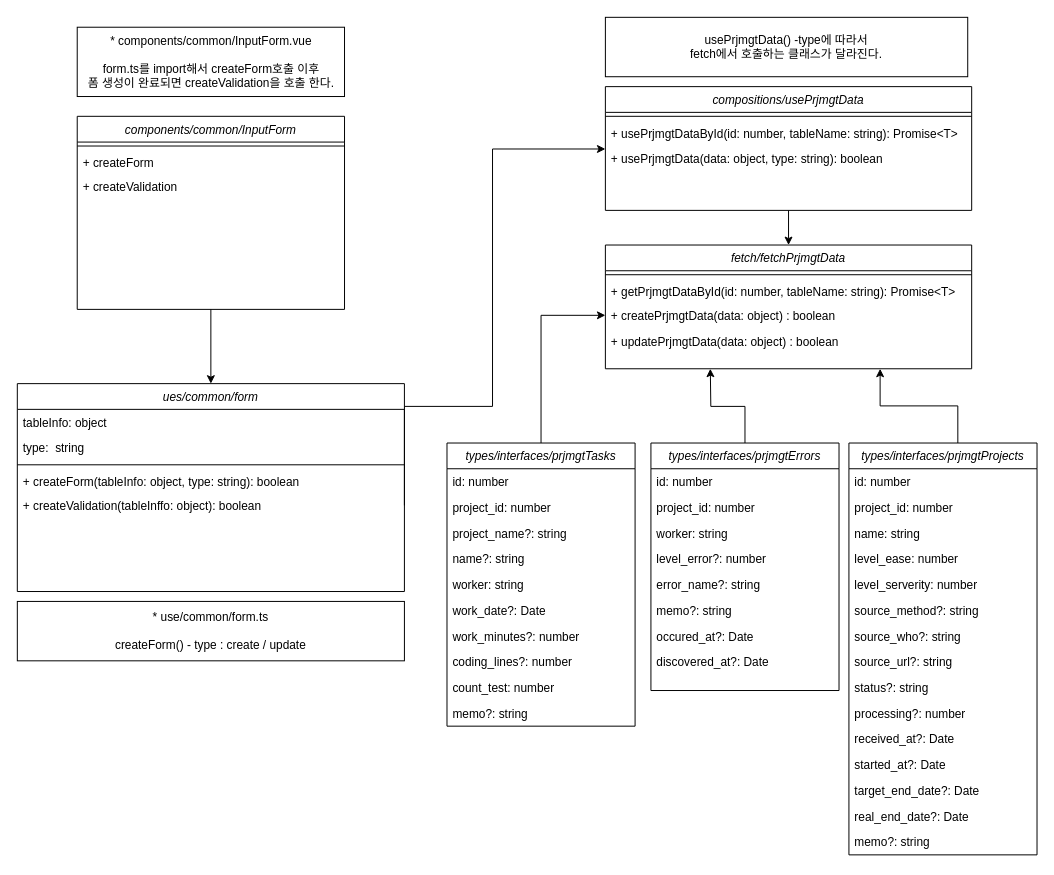
Above: Study/Untitled Diagram.drawio in shinminchang/MyPlayground (draw.io), before the change. Source tidied: cells renumbered, new cells numbered last; positions are measured from the earlier drawing's top-left corner, leaving out a move shared by most shapes. Both pictures are drawn from the tidied source at 99%, with x=0, y=0 at pixel (17, 17).
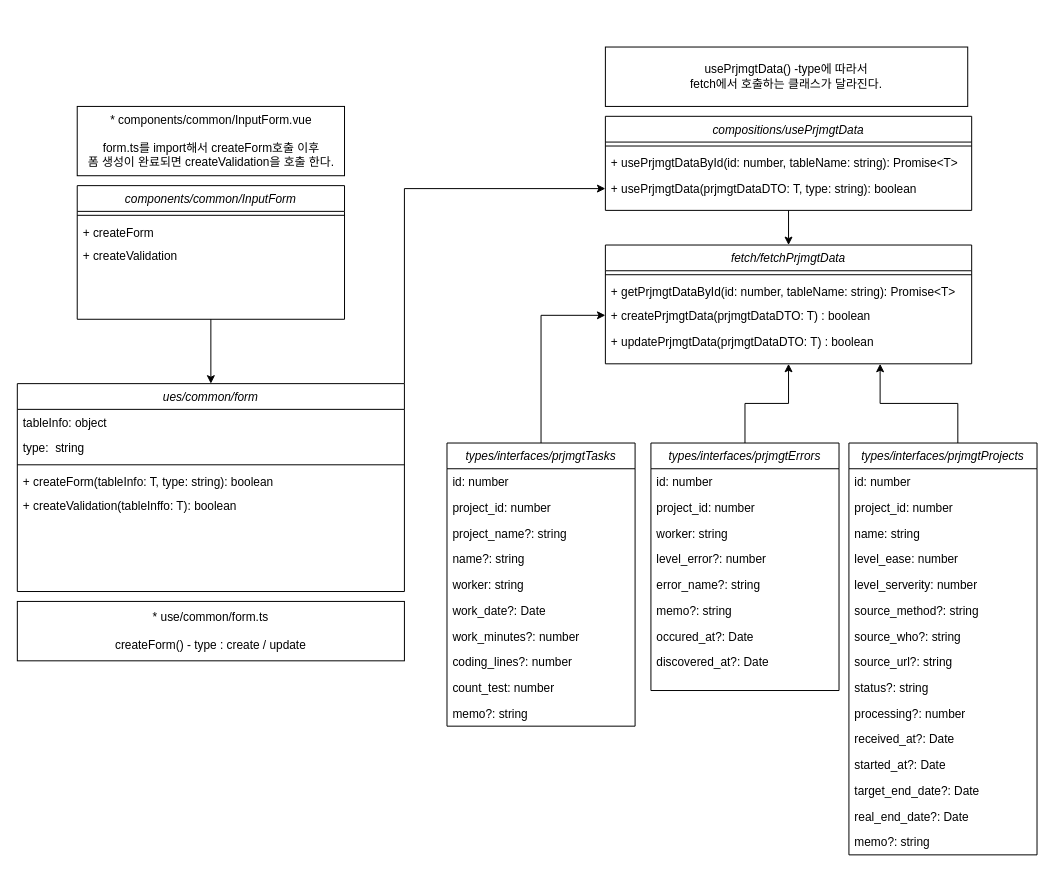
After the change.

The change refers to these unchanged cells:
```xml
<mxCell id="3" value="ues/common/form" style="swimlane;fontStyle=2;align=center;verticalAlign=top;horizontal=1;startSize=26;rounded=0;shadow=0;strokeWidth=1;" parent="1" vertex="1">
  <mxGeometry y="370" width="391" height="210" as="geometry" />
</mxCell>
<mxCell id="25" value="types/interfaces/prjmgtErrors" style="swimlane;fontStyle=2;align=center;verticalAlign=top;horizontal=1;startSize=26;rounded=0;shadow=0;strokeWidth=1;" parent="1" vertex="1">
  <mxGeometry x="640" y="430" width="190" height="250" as="geometry" />
</mxCell>
```

What changed in the source:
```diff
@@
-    <mxCell id="2" style="edgeStyle=orthogonalEdgeStyle;rounded=0;jettySize=auto;html=1;exitX=1;exitY=0.5;exitDx=0;exitDy=0;" parent="1" edge="1" source="8" target="54">
-      <mxGeometry relative="1" as="geometry">
-        <Array as="points">
-          <mxPoint x="480" y="393" />
-          <mxPoint x="480" y="133" />
-        </Array>
-      </mxGeometry>
-    </mxCell>
+    <mxCell id="66" style="edgeStyle=orthogonalEdgeStyle;rounded=0;jettySize=auto;html=1;exitX=1;exitY=0;exitDx=0;exitDy=0;entryX=0;entryY=0.5;entryDx=0;entryDy=0;" parent="1" edge="1" source="3" target="57">
+      <mxGeometry relative="1" as="geometry" />
+    </mxCell>
@@
-    <mxCell id="7" value="+ createForm(tableInfo: object, type: string): boolean" style="text;align=left;verticalAlign=top;spacingLeft=4;spacingRight=4;overflow=hidden;" parent="3" vertex="1">
+    <mxCell id="7" value="+ createForm(tableInfo: T, type: string): boolean" style="text;align=left;verticalAlign=top;spacingLeft=4;spacingRight=4;overflow=hidden;" parent="3" vertex="1">
       <mxGeometry y="86" width="391" height="24" as="geometry" />
     </mxCell>
-    <mxCell id="8" value="+ createValidation(tableInffo: object): boolean" style="text;align=left;verticalAlign=top;spacingLeft=4;spacingRight=4;overflow=hidden;points=[[0,0.5],[1,0.5]];portConstraint=eastwest;" parent="3" vertex="1">
+    <mxCell id="8" value="+ createValidation(tableInffo: T): boolean" style="text;align=left;verticalAlign=top;spacingLeft=4;spacingRight=4;overflow=hidden;points=[[0,0.5],[1,0.5]];portConstraint=eastwest;" parent="3" vertex="1">
       <mxGeometry y="110" width="391" height="26" as="geometry" />
     </mxCell>
     <mxCell id="9" value="fetch/fetchPrjmgtData" style="swimlane;fontStyle=2;align=center;verticalAlign=top;horizontal=1;startSize=26;rounded=0;shadow=0;strokeWidth=1;" parent="1" vertex="1">
-      <mxGeometry x="594" y="230" width="370" height="125" as="geometry" />
+      <mxGeometry x="594" y="230" width="370" height="120" as="geometry" />
     </mxCell>
@@
-    <mxCell id="12" value="+ createPrjmgtData(data: object) : boolean" style="text;align=left;verticalAlign=top;spacingLeft=4;spacingRight=4;overflow=hidden;points=[[0,0.5],[1,0.5]];portConstraint=eastwest;" parent="9" vertex="1">
+    <mxCell id="12" value="+ createPrjmgtData(prjmgtDataDTO: T) : boolean" style="text;align=left;verticalAlign=top;spacingLeft=4;spacingRight=4;overflow=hidden;points=[[0,0.5],[1,0.5]];portConstraint=eastwest;" parent="9" vertex="1">
       <mxGeometry y="58" width="370" height="26" as="geometry" />
     </mxCell>
-    <mxCell id="13" value="+ updatePrjmgtData(data: object) : boolean" style="text;align=left;verticalAlign=top;spacingLeft=4;spacingRight=4;overflow=hidden;" parent="9" vertex="1">
+    <mxCell id="13" value="+ updatePrjmgtData(prjmgtDataDTO: T) : boolean" style="text;align=left;verticalAlign=top;spacingLeft=4;spacingRight=4;overflow=hidden;" parent="9" vertex="1">
       <mxGeometry y="84" width="370" height="26" as="geometry" />
     </mxCell>
@@
-    <mxCell id="34" style="edgeStyle=orthogonalEdgeStyle;rounded=0;jettySize=auto;html=1;exitX=0.5;exitY=0;exitDx=0;exitDy=0;" parent="1" edge="1" source="25">
-      <mxGeometry relative="1" as="geometry">
-        <mxPoint x="700" y="355" as="targetPoint" />
-      </mxGeometry>
+    <mxCell id="34" style="edgeStyle=orthogonalEdgeStyle;rounded=0;jettySize=auto;html=1;exitX=0.5;exitY=0;exitDx=0;exitDy=0;entryX=0.5;entryY=1;entryDx=0;entryDy=0;" parent="1" edge="1" source="25" target="9">
+      <mxGeometry relative="1" as="geometry" />
     </mxCell>
@@
     <mxCell id="54" value="compositions/usePrjmgtData" style="swimlane;fontStyle=2;align=center;verticalAlign=top;horizontal=1;startSize=26;rounded=0;shadow=0;strokeWidth=1;" parent="1" vertex="1">
-      <mxGeometry x="594" y="70" width="370" height="125" as="geometry" />
+      <mxGeometry x="594" y="100" width="370" height="95" as="geometry" />
     </mxCell>
@@
-    <mxCell id="57" value="+ usePrjmgtData(data: object, type: string): boolean" style="text;align=left;verticalAlign=top;spacingLeft=4;spacingRight=4;overflow=hidden;points=[[0,0.5],[1,0.5]];portConstraint=eastwest;" parent="54" vertex="1">
+    <mxCell id="57" value="+ usePrjmgtData(prjmgtDataDTO: T, type: string): boolean" style="text;align=left;verticalAlign=top;spacingLeft=4;spacingRight=4;overflow=hidden;points=[[0,0.5],[1,0.5]];portConstraint=eastwest;" parent="54" vertex="1">
       <mxGeometry y="60" width="370" height="26" as="geometry" />
     </mxCell>
     <mxCell id="58" value="components/common/InputForm" style="swimlane;fontStyle=2;align=center;verticalAlign=top;horizontal=1;startSize=26;rounded=0;shadow=0;strokeWidth=1;" parent="1" vertex="1">
-      <mxGeometry x="60.5" y="100" width="270" height="195" as="geometry" />
+      <mxGeometry x="60.5" y="170" width="270" height="135" as="geometry" />
     </mxCell>
@@
     <mxCell id="63" value="* components/common/InputForm.vue&lt;br&gt;&lt;br&gt;form.ts를 import해서 createForm호출 이후&lt;br&gt;폼 생성이 완료되면 createValidation을 호출 한다." style="rounded=0;whiteSpace=wrap;html=1;" parent="1" vertex="1">
-      <mxGeometry x="60.5" y="10" width="270" height="70" as="geometry" />
+      <mxGeometry x="60.5" y="90" width="270" height="70" as="geometry" />
     </mxCell>
@@
     <mxCell id="65" value="usePrjmgtData() -type에 따라서 &lt;br&gt;fetch에서 호출하는 클래스가 달라진다." style="rounded=0;whiteSpace=wrap;html=1;" parent="1" vertex="1">
-      <mxGeometry x="594" width="366" height="60" as="geometry" />
+      <mxGeometry x="594" y="30" width="366" height="60" as="geometry" />
     </mxCell>
```
